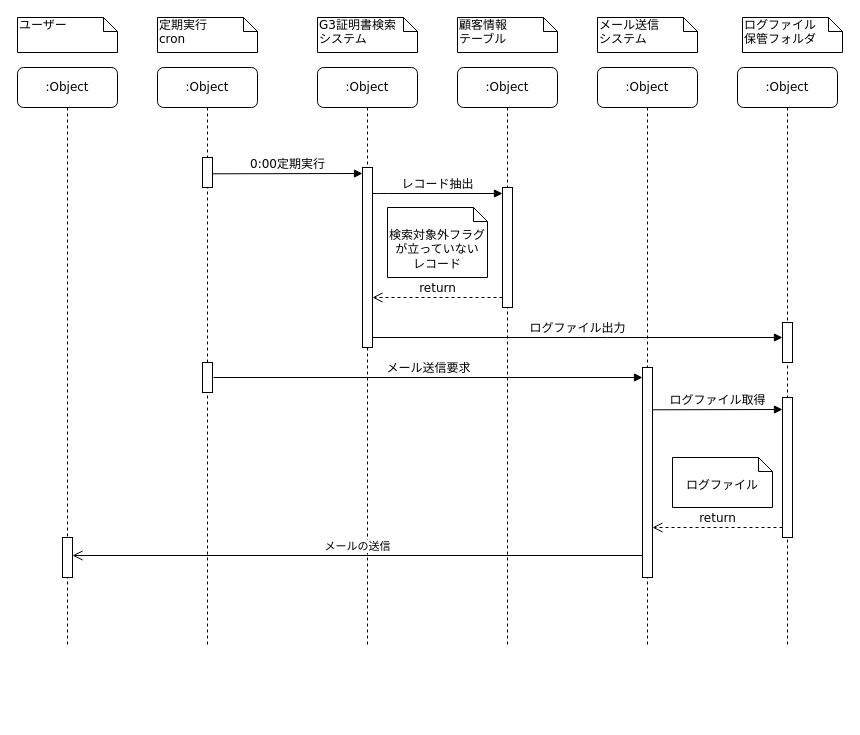
Earlier version of the draw.io diagram page "シーケンス図（定期実行）" (1 of 6) of UMLDiagram.drawio (r-asano/kaihatsubuKenshu). Source tidied: cells renumbered, new cells numbered last; positions are measured from the earlier drawing's top-left corner, leaving out a move shared by most shapes. Both pictures are drawn from the tidied source at 100%, with x=0, y=0 at pixel (17, 17).
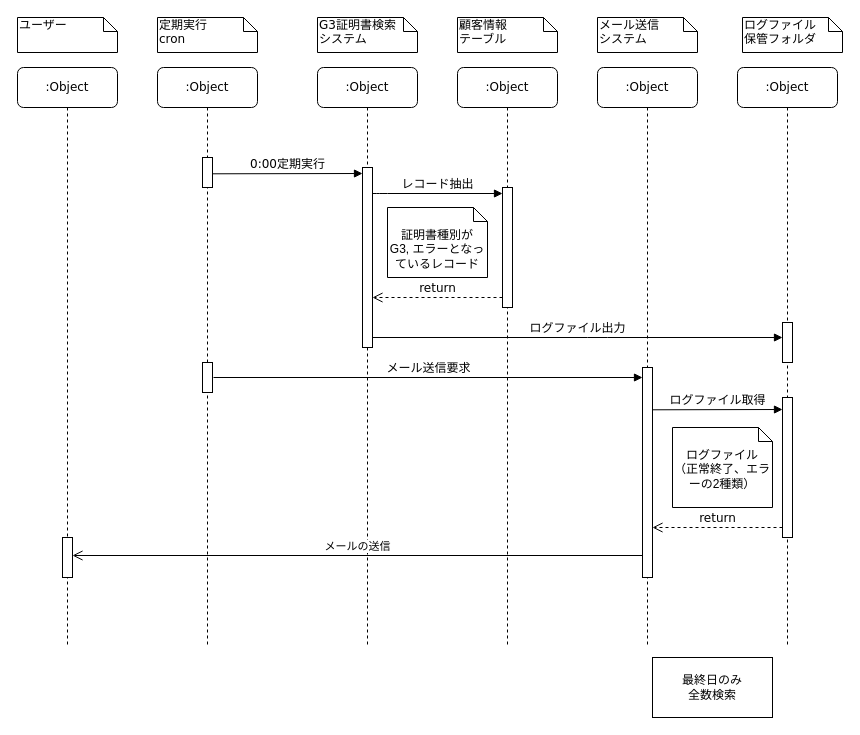
After the change.

The edit, as a diff of the source:
```diff
@@
-    <mxCell id="24" value="検索対象外フラグが立っていない&lt;br&gt;レコード" style="shape=note2;boundedLbl=1;whiteSpace=wrap;html=1;size=14;verticalAlign=top;align=center;" parent="1" vertex="1">
+    <mxCell id="24" value="&lt;div&gt;証明書種別が&lt;/div&gt;&lt;div&gt;G3, エラーとなっているレコード&lt;/div&gt;" style="shape=note2;boundedLbl=1;whiteSpace=wrap;html=1;size=14;verticalAlign=top;align=center;" parent="1" vertex="1">
       <mxGeometry x="370" y="190" width="100" height="70" as="geometry" />
     </mxCell>
@@
-    <mxCell id="30" value="ログファイル" style="shape=note2;boundedLbl=1;whiteSpace=wrap;html=1;size=14;verticalAlign=top;align=center;" parent="1" vertex="1">
-      <mxGeometry x="655" y="440" width="100" height="50" as="geometry" />
+    <mxCell id="30" value="&lt;div&gt;ログファイル&lt;/div&gt;&lt;div&gt;（正常終了、エラーの2種類）&lt;br&gt;&lt;/div&gt;" style="shape=note2;boundedLbl=1;whiteSpace=wrap;html=1;size=14;verticalAlign=top;align=center;" parent="1" vertex="1">
+      <mxGeometry x="655" y="410" width="100" height="80" as="geometry" />
     </mxCell>
@@
+    <mxCell id="32" value="&lt;div&gt;最終日のみ&lt;/div&gt;&lt;div&gt;全数検索&lt;br&gt;&lt;/div&gt;" style="rounded=0;whiteSpace=wrap;html=1;shadow=0;strokeColor=#000000;" parent="1" vertex="1">
+      <mxGeometry x="635" y="640" width="120" height="60" as="geometry" />
+    </mxCell>
```
